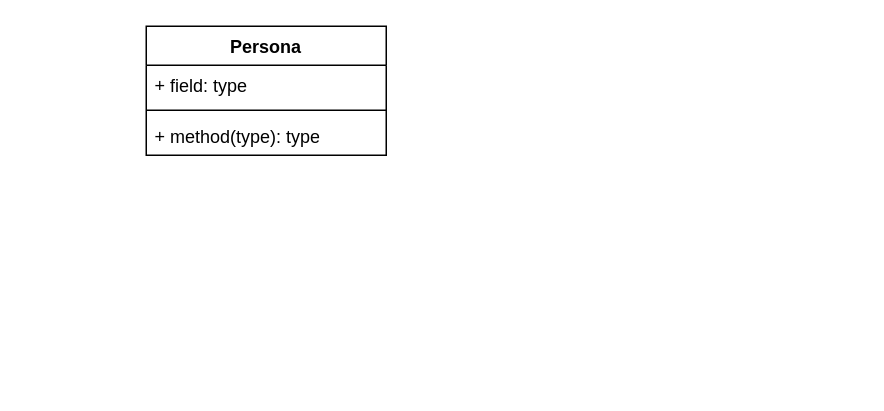
ArianaSarango/ACD---SGH keeps this draw.io diagram as ACD - SGH.drawio. Above is the earlier version. Source tidied: cells renumbered, new cells numbered last; positions are measured from the earlier drawing's top-left corner, leaving out a move shared by most shapes. Both pictures are drawn from the tidied source at 150%, with x=0, y=0 at pixel (146, 26).
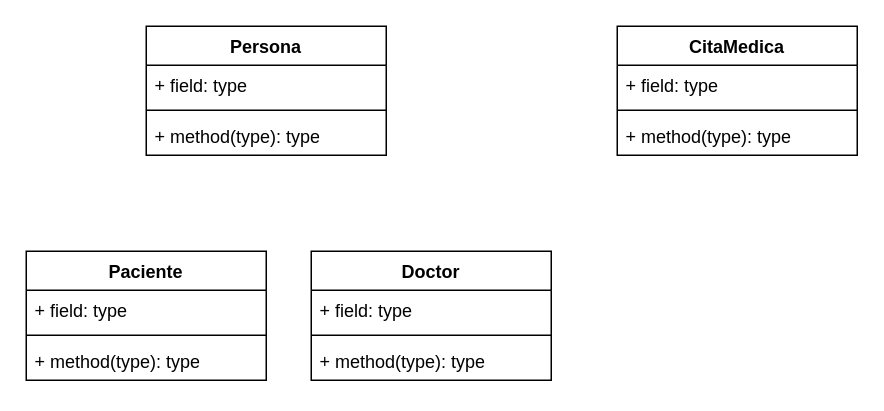
The same diagram, later.

Diff of the diagram source:
```diff
@@
 <mxGraphModel>
   <root>
     <mxCell id="0" />
     <mxCell id="1" parent="0" />
     <mxCell id="2" value="Persona" style="swimlane;fontStyle=1;align=center;verticalAlign=top;horizontal=1;startSize=26;whiteSpace=wrap;html=1;" parent="1" vertex="1">
       <mxGeometry width="160" height="86" as="geometry" />
     </mxCell>
     <mxCell id="3" value="+ field: type" style="text;strokeColor=none;fillColor=none;align=left;verticalAlign=top;spacingLeft=4;spacingRight=4;overflow=hidden;whiteSpace=wrap;html=1;" parent="2" vertex="1">
       <mxGeometry y="26" width="160" height="26" as="geometry" />
     </mxCell>
     <mxCell id="4" style="line;strokeWidth=1;fillColor=none;align=left;verticalAlign=middle;spacingTop=-1;spacingLeft=3;spacingRight=3;labelPosition=right;strokeColor=inherit;" parent="2" vertex="1">
       <mxGeometry y="52" width="160" height="8" as="geometry" />
     </mxCell>
     <mxCell id="5" value="+ method(type): type" style="text;strokeColor=none;fillColor=none;align=left;verticalAlign=top;spacingLeft=4;spacingRight=4;overflow=hidden;whiteSpace=wrap;html=1;" parent="2" vertex="1">
       <mxGeometry y="60" width="160" height="26" as="geometry" />
     </mxCell>
+    <mxCell id="6" value="CitaMedica" style="swimlane;fontStyle=1;align=center;verticalAlign=top;horizontal=1;startSize=26;whiteSpace=wrap;html=1;" parent="1" vertex="1">
+      <mxGeometry x="314" width="160" height="86" as="geometry" />
+    </mxCell>
+    <mxCell id="7" value="+ field: type" style="text;strokeColor=none;fillColor=none;align=left;verticalAlign=top;spacingLeft=4;spacingRight=4;overflow=hidden;whiteSpace=wrap;html=1;" parent="6" vertex="1">
+      <mxGeometry y="26" width="160" height="26" as="geometry" />
+    </mxCell>
+    <mxCell id="8" style="line;strokeWidth=1;fillColor=none;align=left;verticalAlign=middle;spacingTop=-1;spacingLeft=3;spacingRight=3;labelPosition=right;strokeColor=inherit;" parent="6" vertex="1">
+      <mxGeometry y="52" width="160" height="8" as="geometry" />
+    </mxCell>
+    <mxCell id="9" value="+ method(type): type" style="text;strokeColor=none;fillColor=none;align=left;verticalAlign=top;spacingLeft=4;spacingRight=4;overflow=hidden;whiteSpace=wrap;html=1;" parent="6" vertex="1">
+      <mxGeometry y="60" width="160" height="26" as="geometry" />
+    </mxCell>
+    <mxCell id="10" value="Paciente" style="swimlane;fontStyle=1;align=center;verticalAlign=top;horizontal=1;startSize=26;whiteSpace=wrap;html=1;" parent="1" vertex="1">
+      <mxGeometry x="-80" y="150" width="160" height="86" as="geometry" />
+    </mxCell>
+    <mxCell id="11" value="+ field: type" style="text;strokeColor=none;fillColor=none;align=left;verticalAlign=top;spacingLeft=4;spacingRight=4;overflow=hidden;whiteSpace=wrap;html=1;" parent="10" vertex="1">
+      <mxGeometry y="26" width="160" height="26" as="geometry" />
+    </mxCell>
+    <mxCell id="12" style="line;strokeWidth=1;fillColor=none;align=left;verticalAlign=middle;spacingTop=-1;spacingLeft=3;spacingRight=3;labelPosition=right;strokeColor=inherit;" parent="10" vertex="1">
+      <mxGeometry y="52" width="160" height="8" as="geometry" />
+    </mxCell>
+    <mxCell id="13" value="+ method(type): type" style="text;strokeColor=none;fillColor=none;align=left;verticalAlign=top;spacingLeft=4;spacingRight=4;overflow=hidden;whiteSpace=wrap;html=1;" parent="10" vertex="1">
+      <mxGeometry y="60" width="160" height="26" as="geometry" />
+    </mxCell>
+    <mxCell id="14" value="Doctor" style="swimlane;fontStyle=1;align=center;verticalAlign=top;horizontal=1;startSize=26;whiteSpace=wrap;html=1;" parent="1" vertex="1">
+      <mxGeometry x="110" y="150" width="160" height="86" as="geometry" />
+    </mxCell>
+    <mxCell id="15" value="+ field: type" style="text;strokeColor=none;fillColor=none;align=left;verticalAlign=top;spacingLeft=4;spacingRight=4;overflow=hidden;whiteSpace=wrap;html=1;" parent="14" vertex="1">
+      <mxGeometry y="26" width="160" height="26" as="geometry" />
+    </mxCell>
+    <mxCell id="16" style="line;strokeWidth=1;fillColor=none;align=left;verticalAlign=middle;spacingTop=-1;spacingLeft=3;spacingRight=3;labelPosition=right;strokeColor=inherit;" parent="14" vertex="1">
+      <mxGeometry y="52" width="160" height="8" as="geometry" />
+    </mxCell>
+    <mxCell id="17" value="+ method(type): type" style="text;strokeColor=none;fillColor=none;align=left;verticalAlign=top;spacingLeft=4;spacingRight=4;overflow=hidden;whiteSpace=wrap;html=1;" parent="14" vertex="1">
+      <mxGeometry y="60" width="160" height="26" as="geometry" />
+    </mxCell>
   </root>
 </mxGraphModel>
```
